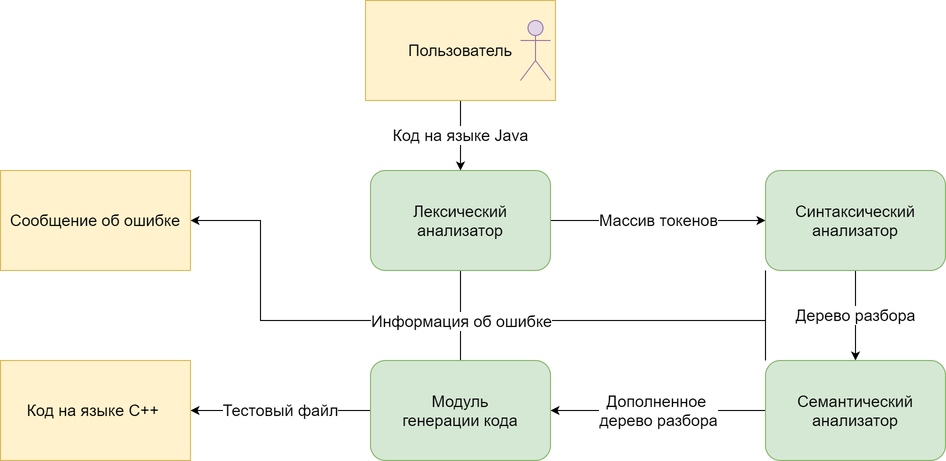
Aight99/translator-java-cpp keeps this draw.io diagram as DOCS/6 DataFlowchart.png. Above is the earlier version. Source tidied: cells renumbered, new cells last; positions are measured from the earlier drawing's top-left corner, leaving out a move shared by most shapes.
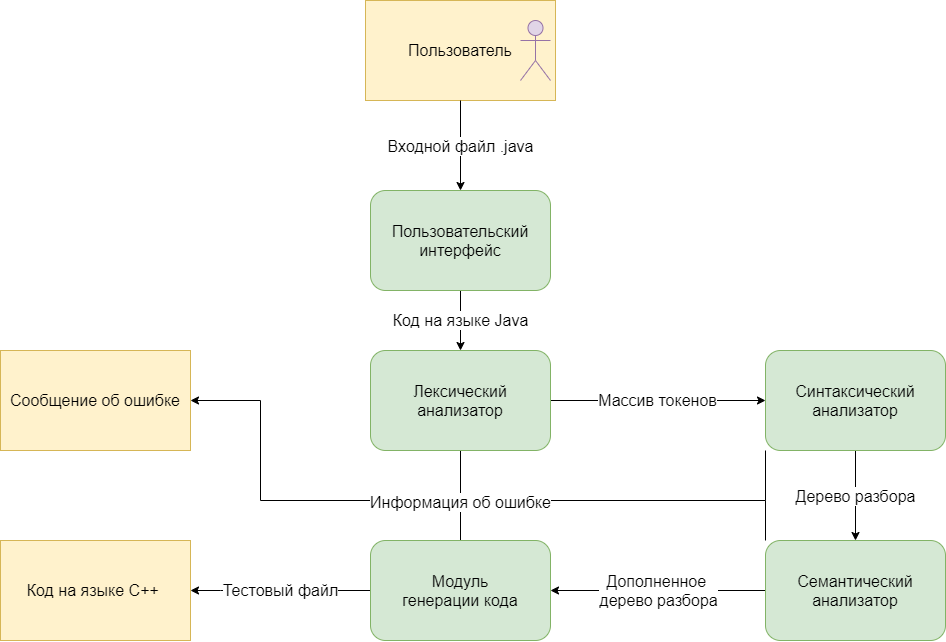
After the change.

What changed in the source:
```diff
@@ -60,22 +60,29 @@
     <mxCell id="14" value="&lt;font style=&quot;font-size: 16px&quot;&gt;Модуль&lt;br&gt;генерации кода&lt;/font&gt;" style="rounded=1;whiteSpace=wrap;html=1;fillColor=#d5e8d4;strokeColor=#82b366;" parent="1" vertex="1">
       <mxGeometry x="370" y="360" width="180" height="100" as="geometry" />
     </mxCell>
-    <mxCell id="15" value="Код на языке Java" style="edgeStyle=orthogonalEdgeStyle;rounded=0;jettySize=auto;html=1;entryX=0.5;entryY=0;entryDx=0;entryDy=0;fontSize=16;" parent="1" edge="1" target="5">
-      <mxGeometry relative="1" as="geometry">
-        <mxPoint x="460" y="100" as="sourcePoint" />
-      </mxGeometry>
+    <mxCell id="15" value="Код на языке Java" style="edgeStyle=orthogonalEdgeStyle;rounded=0;jettySize=auto;html=1;fontSize=16;exitX=0.5;exitY=1;exitDx=0;exitDy=0;entryX=0.5;entryY=0;entryDx=0;entryDy=0;" parent="1" edge="1" source="21" target="5">
+      <mxGeometry relative="1" as="geometry" />
     </mxCell>
+    <mxCell id="18" value="Код на языке C++&amp;nbsp;" style="rounded=0;whiteSpace=wrap;html=1;fontSize=16;fillColor=#fff2cc;strokeColor=#d6b656;" parent="1" vertex="1">
+      <mxGeometry y="360" width="190" height="100" as="geometry" />
+    </mxCell>
+    <mxCell id="19" value="Сообщение об ошибке" style="rounded=0;whiteSpace=wrap;html=1;fontSize=16;fillColor=#fff2cc;strokeColor=#d6b656;" parent="1" vertex="1">
+      <mxGeometry y="170" width="190" height="100" as="geometry" />
+    </mxCell>
+    <mxCell id="20" style="group;" parent="1" vertex="1">
+      <mxGeometry x="365" y="-180" width="190" height="100" as="geometry" />
+    </mxCell>
-    <mxCell id="16" value="Пользователь" style="rounded=0;whiteSpace=wrap;html=1;fontSize=16;fillColor=#fff2cc;strokeColor=#d6b656;" parent="1" vertex="1">
-      <mxGeometry x="365" width="190" height="100" as="geometry" />
+    <mxCell id="16" value="Пользователь" style="rounded=0;whiteSpace=wrap;html=1;fontSize=16;fillColor=#fff2cc;strokeColor=#d6b656;" parent="20" vertex="1">
+      <mxGeometry width="190" height="100" as="geometry" />
     </mxCell>
-    <mxCell id="17" style="shape=umlActor;verticalLabelPosition=bottom;verticalAlign=top;html=1;fontSize=16;fillColor=#e1d5e7;strokeColor=#9673a6;" parent="1" vertex="1">
-      <mxGeometry x="520" y="20" width="30" height="60" as="geometry" />
+    <mxCell id="17" style="shape=umlActor;verticalLabelPosition=bottom;verticalAlign=top;html=1;fontSize=16;fillColor=#e1d5e7;strokeColor=#9673a6;" parent="20" vertex="1">
+      <mxGeometry x="155" y="20" width="30" height="60" as="geometry" />
     </mxCell>
-    <mxCell id="18" value="Код на языке C++&amp;nbsp;" style="rounded=0;whiteSpace=wrap;html=1;fontSize=16;fillColor=#fff2cc;strokeColor=#d6b656;" parent="1" vertex="1">
-      <mxGeometry y="360" width="190" height="100" as="geometry" />
-    </mxCell>
-    <mxCell id="19" value="Сообщение об ошибке" style="rounded=0;whiteSpace=wrap;html=1;fontSize=16;fillColor=#fff2cc;strokeColor=#d6b656;" parent="1" vertex="1">
-      <mxGeometry y="170" width="190" height="100" as="geometry" />
-    </mxCell>
+    <mxCell id="21" value="&lt;font style=&quot;font-size: 16px&quot;&gt;Пользовательский интерфейс&lt;/font&gt;" style="rounded=1;whiteSpace=wrap;html=1;fillColor=#d5e8d4;strokeColor=#82b366;" parent="1" vertex="1">
+      <mxGeometry x="370" y="10" width="180" height="100" as="geometry" />
+    </mxCell>
+    <mxCell id="22" value="&lt;font style=&quot;font-size: 16px&quot;&gt;Входной файл .java&lt;/font&gt;" style="edgeStyle=orthogonalEdgeStyle;rounded=0;jettySize=auto;html=1;exitX=0.5;exitY=1;exitDx=0;exitDy=0;entryX=0.5;entryY=0;entryDx=0;entryDy=0;" parent="1" edge="1" source="16" target="21">
+      <mxGeometry relative="1" as="geometry" />
+    </mxCell>
   </root>
 </mxGraphModel>
```
